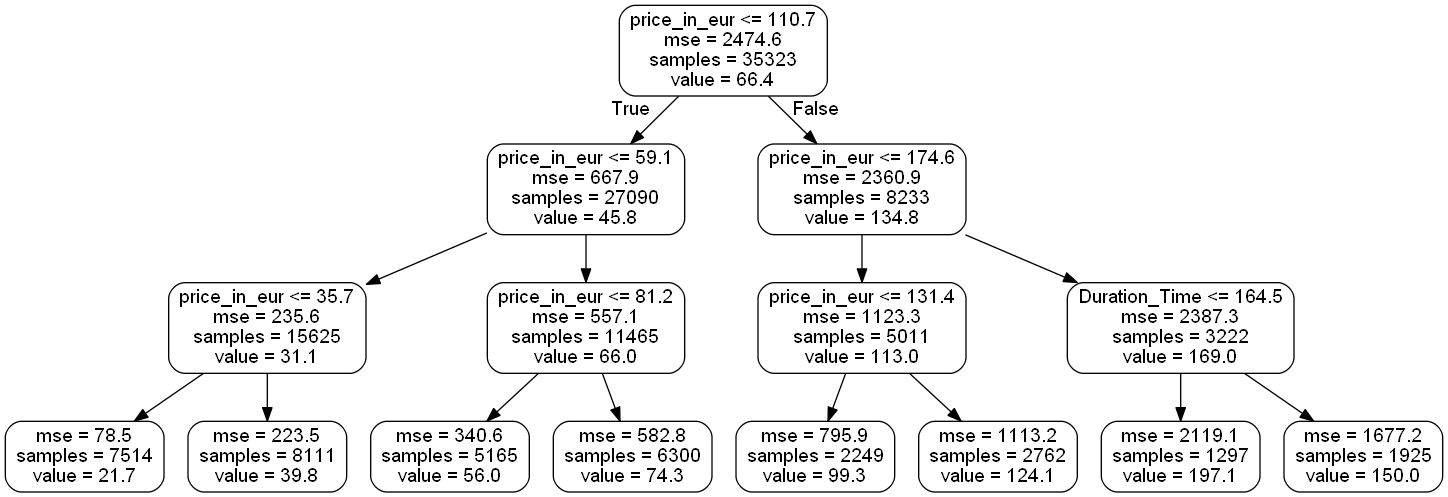
The Graphviz diagram small_tree.png in jonasfaehrmann/htw-data-mining-2020, before a commit. Its source is kept beside it as small_tree.dot. The source it was exported from:
```dot
digraph Tree {
node [shape=box, style="rounded", color="black", fontname=helvetica] ;
edge [fontname=helvetica] ;
0 [label="price_in_eur <= 110.7\nmse = 2474.6\nsamples = 35323\nvalue = 66.4"] ;
1 [label="price_in_eur <= 59.1\nmse = 667.9\nsamples = 27090\nvalue = 45.8"] ;
0 -> 1 [labeldistance=2.5, labelangle=45, headlabel="True"] ;
2 [label="price_in_eur <= 35.7\nmse = 235.6\nsamples = 15625\nvalue = 31.1"] ;
1 -> 2 ;
3 [label="mse = 78.5\nsamples = 7514\nvalue = 21.7"] ;
2 -> 3 ;
4 [label="mse = 223.5\nsamples = 8111\nvalue = 39.8"] ;
2 -> 4 ;
5 [label="price_in_eur <= 81.2\nmse = 557.1\nsamples = 11465\nvalue = 66.0"] ;
1 -> 5 ;
6 [label="mse = 340.6\nsamples = 5165\nvalue = 56.0"] ;
5 -> 6 ;
7 [label="mse = 582.8\nsamples = 6300\nvalue = 74.3"] ;
5 -> 7 ;
8 [label="price_in_eur <= 174.6\nmse = 2360.9\nsamples = 8233\nvalue = 134.8"] ;
0 -> 8 [labeldistance=2.5, labelangle=-45, headlabel="False"] ;
9 [label="price_in_eur <= 131.4\nmse = 1123.3\nsamples = 5011\nvalue = 113.0"] ;
8 -> 9 ;
10 [label="mse = 795.9\nsamples = 2249\nvalue = 99.3"] ;
9 -> 10 ;
11 [label="mse = 1113.2\nsamples = 2762\nvalue = 124.1"] ;
9 -> 11 ;
12 [label="Duration_Time <= 164.5\nmse = 2387.3\nsamples = 3222\nvalue = 169.0"] ;
8 -> 12 ;
13 [label="mse = 2119.1\nsamples = 1297\nvalue = 197.1"] ;
12 -> 13 ;
14 [label="mse = 1677.2\nsamples = 1925\nvalue = 150.0"] ;
12 -> 14 ;
}
```
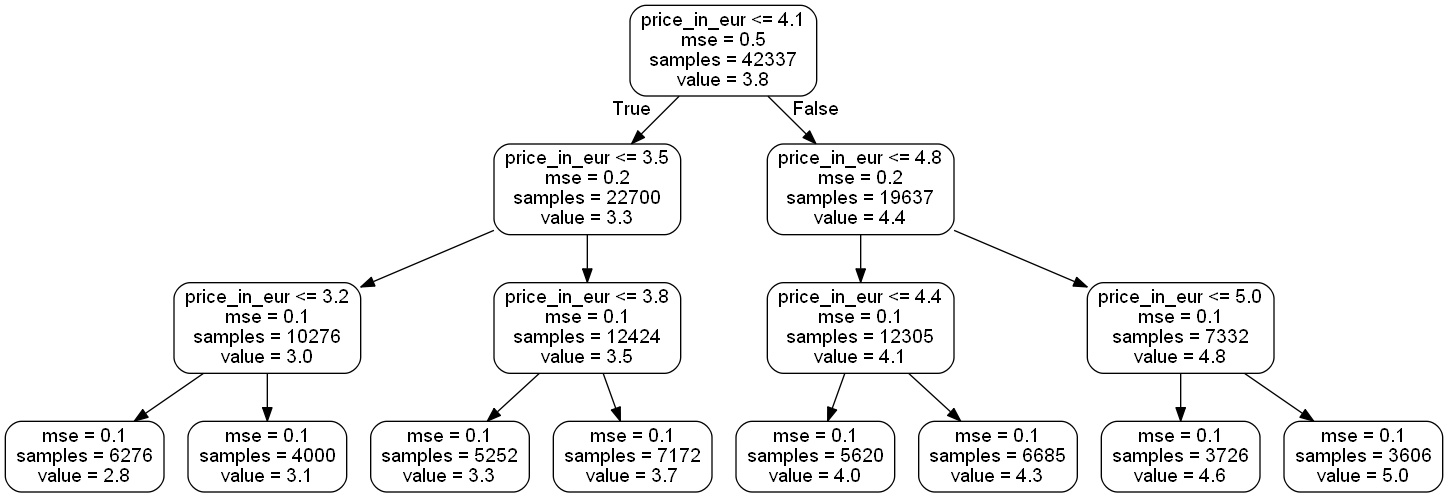
After the commit.

Change to the diagram source:
```diff
@@ -1,33 +1,33 @@
 digraph Tree {
 node [shape=box, style="rounded", color="black", fontname=helvetica] ;
 edge [fontname=helvetica] ;
-0 [label="price_in_eur <= 110.7\nmse = 2474.6\nsamples = 35323\nvalue = 66.4"] ;
-1 [label="price_in_eur <= 59.1\nmse = 667.9\nsamples = 27090\nvalue = 45.8"] ;
+0 [label="price_in_eur <= 4.1\nmse = 0.5\nsamples = 42337\nvalue = 3.8"] ;
+1 [label="price_in_eur <= 3.5\nmse = 0.2\nsamples = 22700\nvalue = 3.3"] ;
 0 -> 1 [labeldistance=2.5, labelangle=45, headlabel="True"] ;
-2 [label="price_in_eur <= 35.7\nmse = 235.6\nsamples = 15625\nvalue = 31.1"] ;
+2 [label="price_in_eur <= 3.2\nmse = 0.1\nsamples = 10276\nvalue = 3.0"] ;
 1 -> 2 ;
-3 [label="mse = 78.5\nsamples = 7514\nvalue = 21.7"] ;
+3 [label="mse = 0.1\nsamples = 6276\nvalue = 2.8"] ;
 2 -> 3 ;
-4 [label="mse = 223.5\nsamples = 8111\nvalue = 39.8"] ;
+4 [label="mse = 0.1\nsamples = 4000\nvalue = 3.1"] ;
 2 -> 4 ;
-5 [label="price_in_eur <= 81.2\nmse = 557.1\nsamples = 11465\nvalue = 66.0"] ;
+5 [label="price_in_eur <= 3.8\nmse = 0.1\nsamples = 12424\nvalue = 3.5"] ;
 1 -> 5 ;
-6 [label="mse = 340.6\nsamples = 5165\nvalue = 56.0"] ;
+6 [label="mse = 0.1\nsamples = 5252\nvalue = 3.3"] ;
 5 -> 6 ;
-7 [label="mse = 582.8\nsamples = 6300\nvalue = 74.3"] ;
+7 [label="mse = 0.1\nsamples = 7172\nvalue = 3.7"] ;
 5 -> 7 ;
-8 [label="price_in_eur <= 174.6\nmse = 2360.9\nsamples = 8233\nvalue = 134.8"] ;
+8 [label="price_in_eur <= 4.8\nmse = 0.2\nsamples = 19637\nvalue = 4.4"] ;
 0 -> 8 [labeldistance=2.5, labelangle=-45, headlabel="False"] ;
-9 [label="price_in_eur <= 131.4\nmse = 1123.3\nsamples = 5011\nvalue = 113.0"] ;
+9 [label="price_in_eur <= 4.4\nmse = 0.1\nsamples = 12305\nvalue = 4.1"] ;
 8 -> 9 ;
-10 [label="mse = 795.9\nsamples = 2249\nvalue = 99.3"] ;
+10 [label="mse = 0.1\nsamples = 5620\nvalue = 4.0"] ;
 9 -> 10 ;
-11 [label="mse = 1113.2\nsamples = 2762\nvalue = 124.1"] ;
+11 [label="mse = 0.1\nsamples = 6685\nvalue = 4.3"] ;
 9 -> 11 ;
-12 [label="Duration_Time <= 164.5\nmse = 2387.3\nsamples = 3222\nvalue = 169.0"] ;
+12 [label="price_in_eur <= 5.0\nmse = 0.1\nsamples = 7332\nvalue = 4.8"] ;
 8 -> 12 ;
-13 [label="mse = 2119.1\nsamples = 1297\nvalue = 197.1"] ;
+13 [label="mse = 0.1\nsamples = 3726\nvalue = 4.6"] ;
 12 -> 13 ;
-14 [label="mse = 1677.2\nsamples = 1925\nvalue = 150.0"] ;
+14 [label="mse = 0.1\nsamples = 3606\nvalue = 5.0"] ;
 12 -> 14 ;
 }
```
